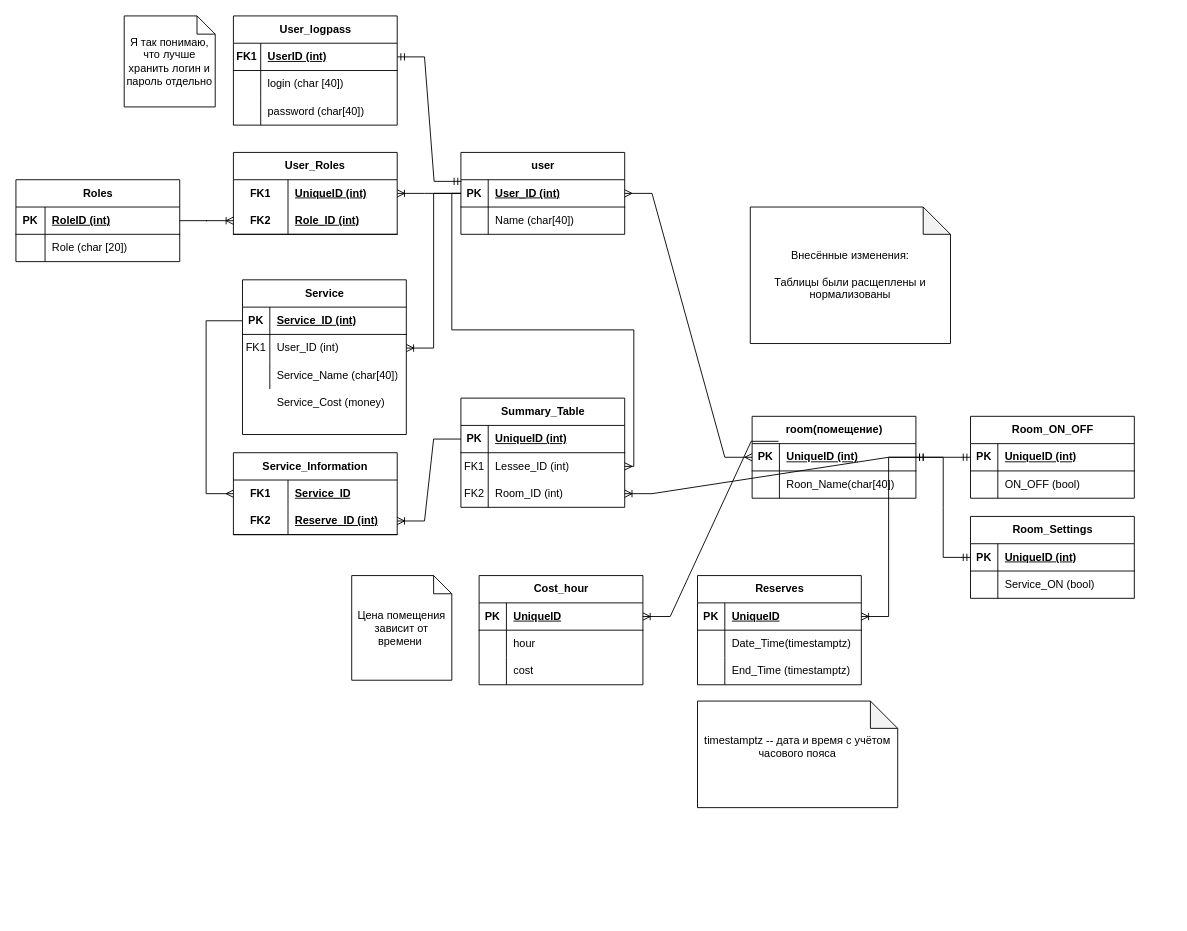
This is Диаграмма без названия.drawio from wsur/reserve_io, a draw.io file, before an edit. Source tidied: cells renumbered, new cells numbered last; positions are measured from the earlier drawing's top-left corner, leaving out a move shared by most shapes. Both pictures are drawn from the tidied source at 91%, with x=0, y=0 at pixel (15, 15).
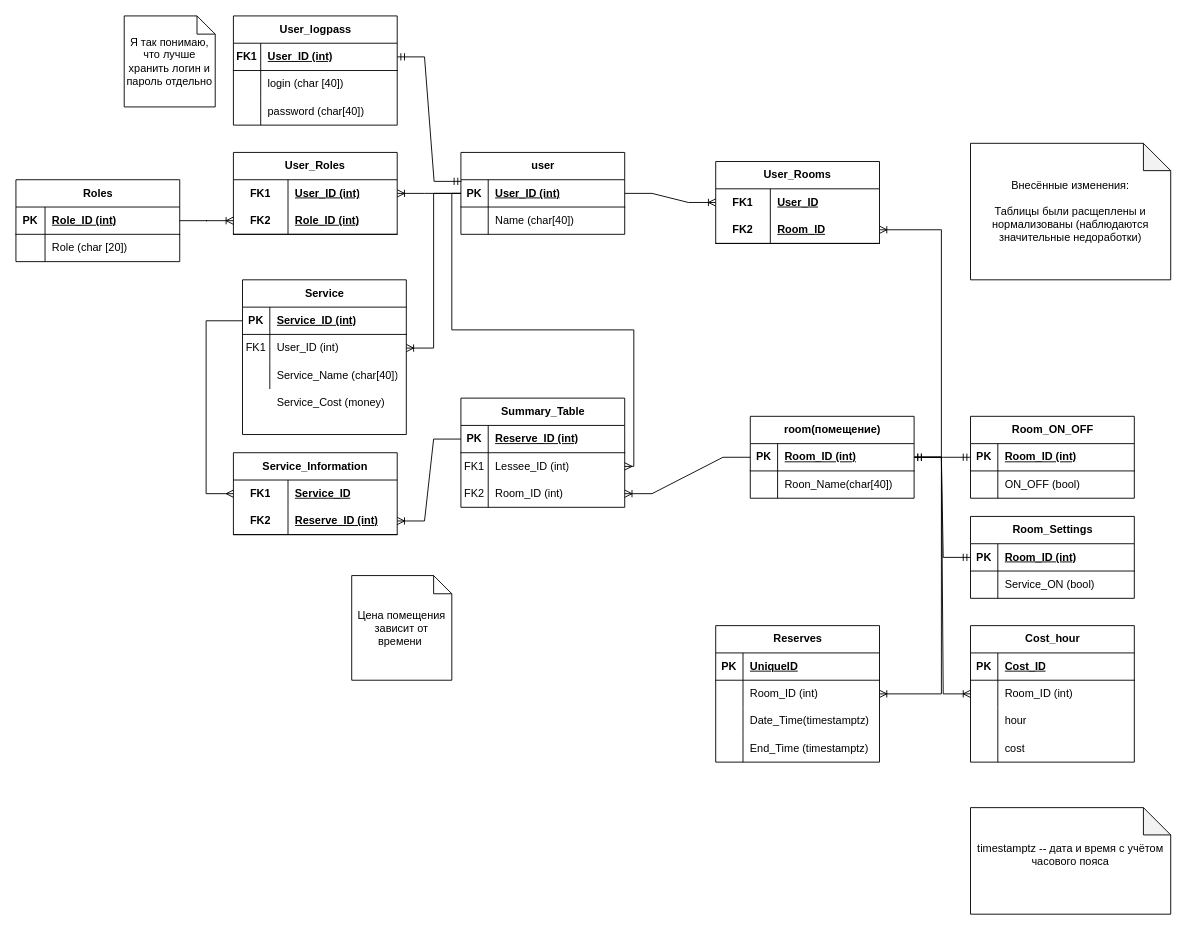
After the change.

Commit message:
Обновлены связи у таблиц

The change refers to these unchanged cells:
```xml
<mxCell id="4" style="shape=tableRow;horizontal=0;startSize=0;swimlaneHead=0;swimlaneBody=0;fillColor=none;points=[[0,0.5],[1,0.5]];portConstraint=eastwest;top=0;left=0;right=0;bottom=1;" parent="3" vertex="1">
  <mxGeometry y="30" width="180" height="30" as="geometry" />
</mxCell>
<mxCell id="10" style="shape=tableRow;horizontal=0;startSize=0;swimlaneHead=0;swimlaneBody=0;fillColor=none;points=[[0,0.5],[1,0.5]];portConstraint=eastwest;top=0;left=0;right=0;bottom=0;" parent="3" vertex="1">
  <mxGeometry y="90" width="180" height="30" as="geometry" />
</mxCell>
<mxCell id="15" style="shape=tableRow;horizontal=0;startSize=0;swimlaneHead=0;swimlaneBody=0;fillColor=none;points=[[0,0.5],[1,0.5]];portConstraint=eastwest;top=0;left=0;right=0;bottom=1;" parent="14" vertex="1">
  <mxGeometry y="30" width="180" height="30" as="geometry" />
</mxCell>
<mxCell id="39" style="shape=tableRow;horizontal=0;startSize=0;swimlaneHead=0;swimlaneBody=0;fillColor=none;points=[[0,0.5],[1,0.5]];portConstraint=eastwest;top=0;left=0;right=0;bottom=1;" parent="38" vertex="1">
  <mxGeometry y="30" width="180" height="30" as="geometry" />
</mxCell>
<mxCell id="49" style="shape=tableRow;horizontal=0;startSize=0;swimlaneHead=0;swimlaneBody=0;fillColor=none;points=[[0,0.5],[1,0.5]];portConstraint=eastwest;top=0;left=0;right=0;bottom=1;" parent="48" vertex="1">
  <mxGeometry y="30" width="180" height="30" as="geometry" />
</mxCell>
<mxCell id="61" style="shape=tableRow;horizontal=0;startSize=0;swimlaneHead=0;swimlaneBody=0;fillColor=none;points=[[0,0.5],[1,0.5]];portConstraint=eastwest;top=0;left=0;right=0;bottom=1;" parent="60" vertex="1">
  <mxGeometry y="30" width="180" height="30" as="geometry" />
</mxCell>
<mxCell id="81" style="shape=tableRow;horizontal=0;startSize=0;swimlaneHead=0;swimlaneBody=0;fillColor=none;points=[[0,0.5],[1,0.5]];portConstraint=eastwest;top=0;left=0;right=0;bottom=1;" parent="80" vertex="1">
  <mxGeometry y="30" width="180" height="30" as="geometry" />
</mxCell>
<mxCell id="84" style="shape=tableRow;horizontal=0;startSize=0;swimlaneHead=0;swimlaneBody=0;fillColor=none;points=[[0,0.5],[1,0.5]];portConstraint=eastwest;top=0;left=0;right=0;bottom=0;" parent="80" vertex="1">
  <mxGeometry y="60" width="180" height="30" as="geometry" />
</mxCell>
<mxCell id="91" style="shape=tableRow;horizontal=0;startSize=0;swimlaneHead=0;swimlaneBody=0;fillColor=none;points=[[0,0.5],[1,0.5]];portConstraint=eastwest;top=0;left=0;right=0;bottom=1;" parent="90" vertex="1">
  <mxGeometry y="30" width="180" height="30" as="geometry" />
</mxCell>
<mxCell id="94" style="shape=tableRow;horizontal=0;startSize=0;swimlaneHead=0;swimlaneBody=0;fillColor=none;points=[[0,0.5],[1,0.5]];portConstraint=eastwest;top=0;left=0;right=0;bottom=0;" parent="90" vertex="1">
  <mxGeometry y="60" width="180" height="30" as="geometry" />
</mxCell>
<mxCell id="104" style="shape=tableRow;horizontal=0;startSize=0;swimlaneHead=0;swimlaneBody=0;fillColor=none;points=[[0,0.5],[1,0.5]];portConstraint=eastwest;top=0;left=0;right=0;bottom=1;" parent="103" vertex="1">
  <mxGeometry y="30" width="180" height="30" as="geometry" />
</mxCell>
<mxCell id="116" style="shape=tableRow;horizontal=0;startSize=0;swimlaneHead=0;swimlaneBody=0;fillColor=none;points=[[0,0.5],[1,0.5]];portConstraint=eastwest;top=0;left=0;right=0;bottom=1;" parent="115" vertex="1">
  <mxGeometry y="30" width="180" height="30" as="geometry" />
</mxCell>
<mxCell id="124" style="shape=tableRow;horizontal=0;startSize=0;swimlaneHead=0;swimlaneBody=0;fillColor=none;points=[[0,0.5],[1,0.5]];portConstraint=eastwest;top=0;left=0;right=0;bottom=0;html=1;" parent="123" vertex="1">
  <mxGeometry y="30" width="180" height="30" as="geometry" />
</mxCell>
```

Change to the diagram source:
```diff
@@
-    <mxCell id="2" value="Внесённые изменения:&lt;br&gt;&lt;div&gt;&lt;br&gt;Таблицы были расщеплены и нормализованы&lt;/div&gt;" style="shape=note;whiteSpace=wrap;html=1;backgroundOutline=1;darkOpacity=0.05;" parent="1" vertex="1">
-      <mxGeometry x="807" y="210" width="220" height="150" as="geometry" />
+    <mxCell id="2" value="Внесённые изменения:&lt;br&gt;&lt;div&gt;&lt;br&gt;Таблицы были расщеплены и нормализованы (наблюдаются значительные недоработки)&lt;/div&gt;" style="shape=note;whiteSpace=wrap;html=1;backgroundOutline=1;darkOpacity=0.05;" parent="1" vertex="1">
+      <mxGeometry x="1049" y="140" width="220" height="150" as="geometry" />
     </mxCell>
@@
-    <mxCell id="6" value="UniqueID (int)" style="shape=partialRectangle;fillColor=none;top=0;left=0;bottom=0;right=0;align=left;spacingLeft=6;fontStyle=5;overflow=hidden;whiteSpace=wrap;html=1;" parent="4" vertex="1">
+    <mxCell id="6" value="Reserve_ID (int)" style="shape=partialRectangle;fillColor=none;top=0;left=0;bottom=0;right=0;align=left;spacingLeft=6;fontStyle=5;overflow=hidden;whiteSpace=wrap;html=1;" parent="4" vertex="1">
       <mxGeometry x="30" width="150" height="30" as="geometry" />
     </mxCell>
@@
     <mxCell id="27" value="timestamptz -- дата и время с учётом часового пояса&lt;div&gt;&lt;br/&gt;&lt;/div&gt;" style="shape=note;whiteSpace=wrap;html=1;backgroundOutline=1;darkOpacity=0.05;" parent="1" vertex="1">
-      <mxGeometry x="749" y="752.9" width="220" height="117.1" as="geometry" />
+      <mxGeometry x="1049" y="870" width="220" height="117.1" as="geometry" />
     </mxCell>
-    <mxCell id="28" style="edgeStyle=entityRelationEdgeStyle;fontSize=12;html=1;endArrow=ERmany;startArrow=ERmany;rounded=0;" parent="1" edge="1" source="49" target="15">
-      <mxGeometry relative="1" as="geometry" />
-    </mxCell>
@@
-    <mxCell id="41" value="UniqueID (int)" style="shape=partialRectangle;fillColor=none;top=0;left=0;bottom=0;right=0;align=left;spacingLeft=6;fontStyle=5;overflow=hidden;whiteSpace=wrap;html=1;" parent="39" vertex="1">
+    <mxCell id="41" value="Room_ID (int)" style="shape=partialRectangle;fillColor=none;top=0;left=0;bottom=0;right=0;align=left;spacingLeft=6;fontStyle=5;overflow=hidden;whiteSpace=wrap;html=1;" parent="39" vertex="1">
       <mxGeometry x="30" width="150" height="30" as="geometry" />
     </mxCell>
@@
     <mxCell id="46" style="group;" parent="1" vertex="1">
-      <mxGeometry x="809" y="440" width="180" height="90" as="geometry" />
+      <mxGeometry x="807" y="440" width="180" height="90" as="geometry" />
     </mxCell>
@@
-    <mxCell id="51" value="UniqueID (int)" style="shape=partialRectangle;fillColor=none;top=0;left=0;bottom=0;right=0;align=left;spacingLeft=6;fontStyle=5;overflow=hidden;whiteSpace=wrap;html=1;" parent="49" vertex="1">
+    <mxCell id="51" value="Room_ID (int)" style="shape=partialRectangle;fillColor=none;top=0;left=0;bottom=0;right=0;align=left;spacingLeft=6;fontStyle=5;overflow=hidden;whiteSpace=wrap;html=1;" parent="49" vertex="1">
       <mxGeometry x="30" width="150" height="30" as="geometry" />
     </mxCell>
@@
-    <mxCell id="63" value="UniqueID (int)" style="shape=partialRectangle;fillColor=none;top=0;left=0;bottom=0;right=0;align=left;spacingLeft=6;fontStyle=5;overflow=hidden;whiteSpace=wrap;html=1;" parent="61" vertex="1">
+    <mxCell id="63" value="Room_ID (int)" style="shape=partialRectangle;fillColor=none;top=0;left=0;bottom=0;right=0;align=left;spacingLeft=6;fontStyle=5;overflow=hidden;whiteSpace=wrap;html=1;" parent="61" vertex="1">
       <mxGeometry x="30" width="150" height="30" as="geometry" />
     </mxCell>
@@
     <mxCell id="80" value="Reserves" style="shape=table;startSize=30;childLayout=tableLayout;rowLines=0;fontStyle=1;align=center;html=1;" parent="1" vertex="1">
-      <mxGeometry x="749" y="615" width="180" height="120" as="geometry" />
+      <mxGeometry x="769" y="670" width="180" height="150" as="geometry" />
     </mxCell>
@@
-    <mxCell id="86" value="Date_Time(timestamptz)" style="shape=partialRectangle;fillColor=none;top=0;left=0;bottom=0;right=0;align=left;spacingLeft=6;overflow=hidden;whiteSpace=wrap;html=1;" parent="84" vertex="1">
+    <mxCell id="86" value="Room_ID (int)" style="shape=partialRectangle;fillColor=none;top=0;left=0;bottom=0;right=0;align=left;spacingLeft=6;overflow=hidden;whiteSpace=wrap;html=1;" parent="84" vertex="1">
       <mxGeometry x="30" width="150" height="30" as="geometry" />
     </mxCell>
+    <mxCell id="135" style="shape=tableRow;horizontal=0;startSize=0;swimlaneHead=0;swimlaneBody=0;fillColor=none;top=0;left=0;right=0;bottom=0;" parent="80" vertex="1">
+      <mxGeometry y="90" width="180" height="30" as="geometry" />
+    </mxCell>
+    <mxCell id="136" style="shape=partialRectangle;fillColor=none;top=0;left=0;bottom=0;right=0;overflow=hidden;whiteSpace=wrap;html=1;" parent="135" vertex="1">
+      <mxGeometry width="30" height="30" as="geometry" />
+    </mxCell>
+    <mxCell id="137" value="Date_Time(timestamptz)" style="shape=partialRectangle;fillColor=none;top=0;left=0;bottom=0;right=0;align=left;spacingLeft=6;overflow=hidden;whiteSpace=wrap;html=1;" parent="135" vertex="1">
+      <mxGeometry x="30" width="150" height="30" as="geometry" />
+    </mxCell>
     <mxCell id="87" style="shape=tableRow;horizontal=0;startSize=0;swimlaneHead=0;swimlaneBody=0;fillColor=none;top=0;left=0;right=0;bottom=0;" parent="80" vertex="1">
-      <mxGeometry y="90" width="180" height="30" as="geometry" />
+      <mxGeometry y="120" width="180" height="30" as="geometry" />
     </mxCell>
@@
     <mxCell id="90" value="Cost_hour" style="shape=table;startSize=30;childLayout=tableLayout;rowLines=0;fontStyle=1;align=center;html=1;" parent="1" vertex="1">
-      <mxGeometry x="509" y="615" width="180" height="120" as="geometry" />
+      <mxGeometry x="1049" y="670" width="180" height="150" as="geometry" />
     </mxCell>
@@
-    <mxCell id="93" value="UniqueID" style="shape=partialRectangle;fillColor=none;top=0;left=0;bottom=0;right=0;align=left;spacingLeft=6;fontStyle=5;overflow=hidden;whiteSpace=wrap;html=1;" parent="91" vertex="1">
+    <mxCell id="93" value="Cost_ID" style="shape=partialRectangle;fillColor=none;top=0;left=0;bottom=0;right=0;align=left;spacingLeft=6;fontStyle=5;overflow=hidden;whiteSpace=wrap;html=1;" parent="91" vertex="1">
       <mxGeometry x="30" width="150" height="30" as="geometry" />
     </mxCell>
@@
-    <mxCell id="96" value="hour" style="shape=partialRectangle;fillColor=none;top=0;left=0;bottom=0;right=0;align=left;spacingLeft=6;overflow=hidden;whiteSpace=wrap;html=1;" parent="94" vertex="1">
+    <mxCell id="96" value="Room_ID (int)" style="shape=partialRectangle;fillColor=none;top=0;left=0;bottom=0;right=0;align=left;spacingLeft=6;overflow=hidden;whiteSpace=wrap;html=1;" parent="94" vertex="1">
       <mxGeometry x="30" width="150" height="30" as="geometry" />
     </mxCell>
+    <mxCell id="138" style="shape=tableRow;horizontal=0;startSize=0;swimlaneHead=0;swimlaneBody=0;fillColor=none;top=0;left=0;right=0;bottom=0;" parent="90" vertex="1">
+      <mxGeometry y="90" width="180" height="30" as="geometry" />
+    </mxCell>
+    <mxCell id="139" style="shape=partialRectangle;fillColor=none;top=0;left=0;bottom=0;right=0;overflow=hidden;whiteSpace=wrap;html=1;" parent="138" vertex="1">
+      <mxGeometry width="30" height="30" as="geometry" />
+    </mxCell>
+    <mxCell id="140" value="hour" style="shape=partialRectangle;fillColor=none;top=0;left=0;bottom=0;right=0;align=left;spacingLeft=6;overflow=hidden;whiteSpace=wrap;html=1;" parent="138" vertex="1">
+      <mxGeometry x="30" width="150" height="30" as="geometry" />
+    </mxCell>
     <mxCell id="97" style="shape=tableRow;horizontal=0;startSize=0;swimlaneHead=0;swimlaneBody=0;fillColor=none;top=0;left=0;right=0;bottom=0;" parent="90" vertex="1">
-      <mxGeometry y="90" width="180" height="30" as="geometry" />
+      <mxGeometry y="120" width="180" height="30" as="geometry" />
     </mxCell>
@@
-    <mxCell id="101" style="edgeStyle=entityRelationEdgeStyle;fontSize=12;html=1;endArrow=ERoneToMany;rounded=0;entryX=1;entryY=0.5;entryDx=0;entryDy=0;exitX=1;exitY=0.5;exitDx=0;exitDy=0;" parent="1" edge="1" source="49" target="81">
+    <mxCell id="101" style="edgeStyle=entityRelationEdgeStyle;fontSize=12;html=1;endArrow=ERoneToMany;rounded=0;" parent="1" edge="1" source="49" target="84">
       <mxGeometry relative="1" as="geometry" />
     </mxCell>
-    <mxCell id="102" style="edgeStyle=entityRelationEdgeStyle;fontSize=12;html=1;endArrow=ERoneToMany;rounded=0;entryX=1;entryY=0.5;entryDx=0;entryDy=0;exitX=0.161;exitY=-0.085;exitDx=0;exitDy=0;exitPerimeter=0;" parent="1" edge="1" source="49" target="91">
+    <mxCell id="102" style="edgeStyle=entityRelationEdgeStyle;fontSize=12;html=1;endArrow=ERoneToMany;rounded=0;" parent="1" edge="1" source="49" target="94">
       <mxGeometry relative="1" as="geometry" />
     </mxCell>
@@
-    <mxCell id="106" value="UserID (int)" style="shape=partialRectangle;fillColor=none;top=0;left=0;bottom=0;right=0;align=left;spacingLeft=6;fontStyle=5;overflow=hidden;whiteSpace=wrap;html=1;" parent="104" vertex="1">
+    <mxCell id="106" value="User_ID (int)" style="shape=partialRectangle;fillColor=none;top=0;left=0;bottom=0;right=0;align=left;spacingLeft=6;fontStyle=5;overflow=hidden;whiteSpace=wrap;html=1;" parent="104" vertex="1">
       <mxGeometry x="30" width="150" height="30" as="geometry" />
     </mxCell>
@@
-    <mxCell id="118" value="RoleID (int)" style="shape=partialRectangle;fillColor=none;top=0;left=0;bottom=0;right=0;align=left;spacingLeft=6;fontStyle=5;overflow=hidden;whiteSpace=wrap;html=1;" parent="116" vertex="1">
+    <mxCell id="118" value="Role_ID (int)" style="shape=partialRectangle;fillColor=none;top=0;left=0;bottom=0;right=0;align=left;spacingLeft=6;fontStyle=5;overflow=hidden;whiteSpace=wrap;html=1;" parent="116" vertex="1">
       <mxGeometry x="32" width="148" height="30" as="geometry" />
     </mxCell>
@@
-    <mxCell id="126" value="UniqueID (int)" style="shape=partialRectangle;fillColor=none;top=0;left=0;bottom=0;right=0;align=left;spacingLeft=6;fontStyle=5;overflow=hidden;html=1;whiteSpace=wrap;" parent="124" vertex="1">
+    <mxCell id="126" value="User_ID (int)" style="shape=partialRectangle;fillColor=none;top=0;left=0;bottom=0;right=0;align=left;spacingLeft=6;fontStyle=5;overflow=hidden;html=1;whiteSpace=wrap;" parent="124" vertex="1">
       <mxGeometry x="60" width="120" height="30" as="geometry" />
     </mxCell>
@@
-    <mxCell id="134" style="edgeStyle=entityRelationEdgeStyle;fontSize=12;html=1;endArrow=ERoneToMany;rounded=0;entryX=1;entryY=0.5;entryDx=0;entryDy=0;exitX=1;exitY=0.5;exitDx=0;exitDy=0;" parent="1" edge="1" source="49" target="10">
+    <mxCell id="134" style="edgeStyle=entityRelationEdgeStyle;fontSize=12;html=1;endArrow=ERoneToMany;rounded=0;entryX=1;entryY=0.5;entryDx=0;entryDy=0;" parent="1" edge="1" source="49" target="10">
       <mxGeometry relative="1" as="geometry" />
     </mxCell>
+    <mxCell id="141" value="User_Rooms" style="shape=table;startSize=30;childLayout=tableLayout;rowLines=0;fontStyle=1;align=center;html=1;whiteSpace=wrap;" parent="1" vertex="1">
+      <mxGeometry x="769" y="160" width="180" height="90" as="geometry" />
+    </mxCell>
+    <mxCell id="142" style="shape=tableRow;horizontal=0;startSize=0;swimlaneHead=0;swimlaneBody=0;fillColor=none;points=[[0,0.5],[1,0.5]];portConstraint=eastwest;top=0;left=0;right=0;bottom=0;html=1;" parent="141" vertex="1">
+      <mxGeometry y="30" width="180" height="30" as="geometry" />
+    </mxCell>
+    <mxCell id="143" value="FK1" style="shape=partialRectangle;fillColor=none;top=0;left=0;bottom=0;right=0;fontStyle=1;overflow=hidden;html=1;whiteSpace=wrap;" parent="142" vertex="1">
+      <mxGeometry width="60" height="30" as="geometry" />
+    </mxCell>
+    <mxCell id="144" value="User_ID" style="shape=partialRectangle;fillColor=none;top=0;left=0;bottom=0;right=0;align=left;spacingLeft=6;fontStyle=5;overflow=hidden;html=1;whiteSpace=wrap;" parent="142" vertex="1">
+      <mxGeometry x="60" width="120" height="30" as="geometry" />
+    </mxCell>
+    <mxCell id="145" style="shape=tableRow;horizontal=0;startSize=0;swimlaneHead=0;swimlaneBody=0;fillColor=none;points=[[0,0.5],[1,0.5]];portConstraint=eastwest;top=0;left=0;right=0;bottom=1;html=1;" parent="141" vertex="1">
+      <mxGeometry y="60" width="180" height="30" as="geometry" />
+    </mxCell>
+    <mxCell id="146" value="FK2" style="shape=partialRectangle;fillColor=none;top=0;left=0;bottom=0;right=0;fontStyle=1;overflow=hidden;html=1;whiteSpace=wrap;" parent="145" vertex="1">
+      <mxGeometry width="60" height="30" as="geometry" />
+    </mxCell>
+    <mxCell id="147" value="Room_ID" style="shape=partialRectangle;fillColor=none;top=0;left=0;bottom=0;right=0;align=left;spacingLeft=6;fontStyle=5;overflow=hidden;html=1;whiteSpace=wrap;" parent="145" vertex="1">
+      <mxGeometry x="60" width="120" height="30" as="geometry" />
+    </mxCell>
+    <mxCell id="148" style="edgeStyle=entityRelationEdgeStyle;fontSize=12;html=1;endArrow=ERoneToMany;rounded=0;exitX=1;exitY=0.5;exitDx=0;exitDy=0;" parent="1" edge="1" source="15" target="142">
+      <mxGeometry relative="1" as="geometry" />
+    </mxCell>
+    <mxCell id="149" style="edgeStyle=entityRelationEdgeStyle;fontSize=12;html=1;endArrow=ERoneToMany;rounded=0;" parent="1" edge="1" source="49" target="145">
+      <mxGeometry relative="1" as="geometry" />
+    </mxCell>
```
